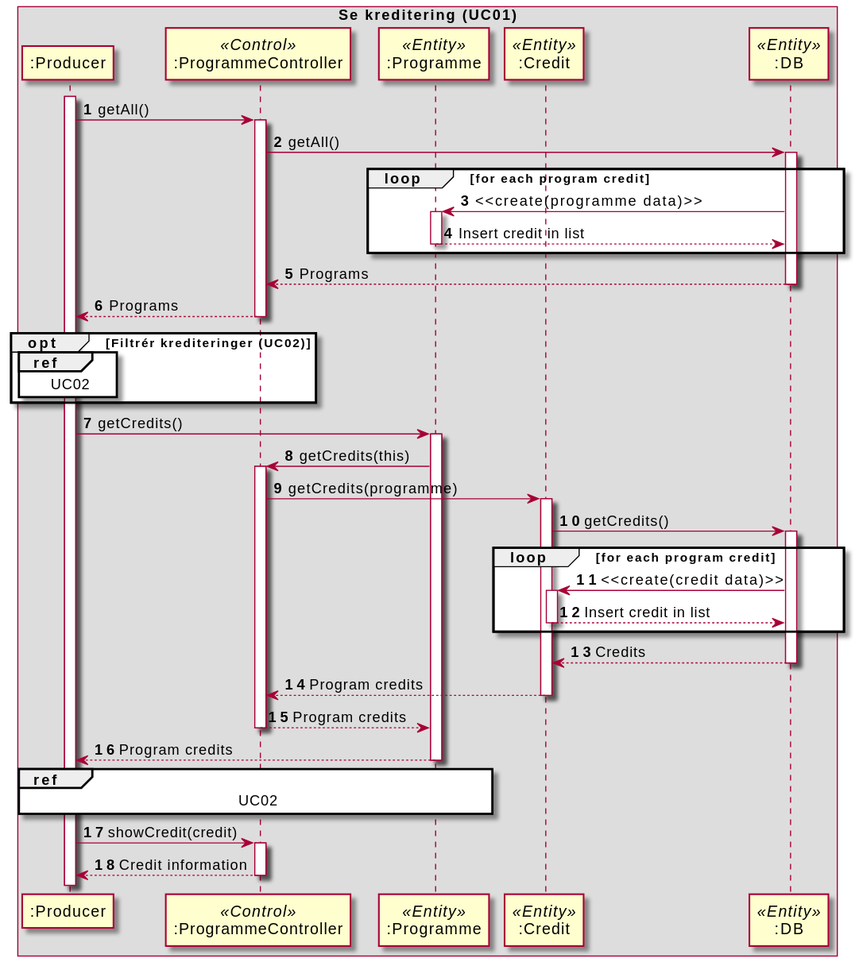
Earlier version of the PlantUML export uml/sequence_diagrams/operation/UC01_show_credit.svg (amatzen/SE02-SE-G02-SPRO).
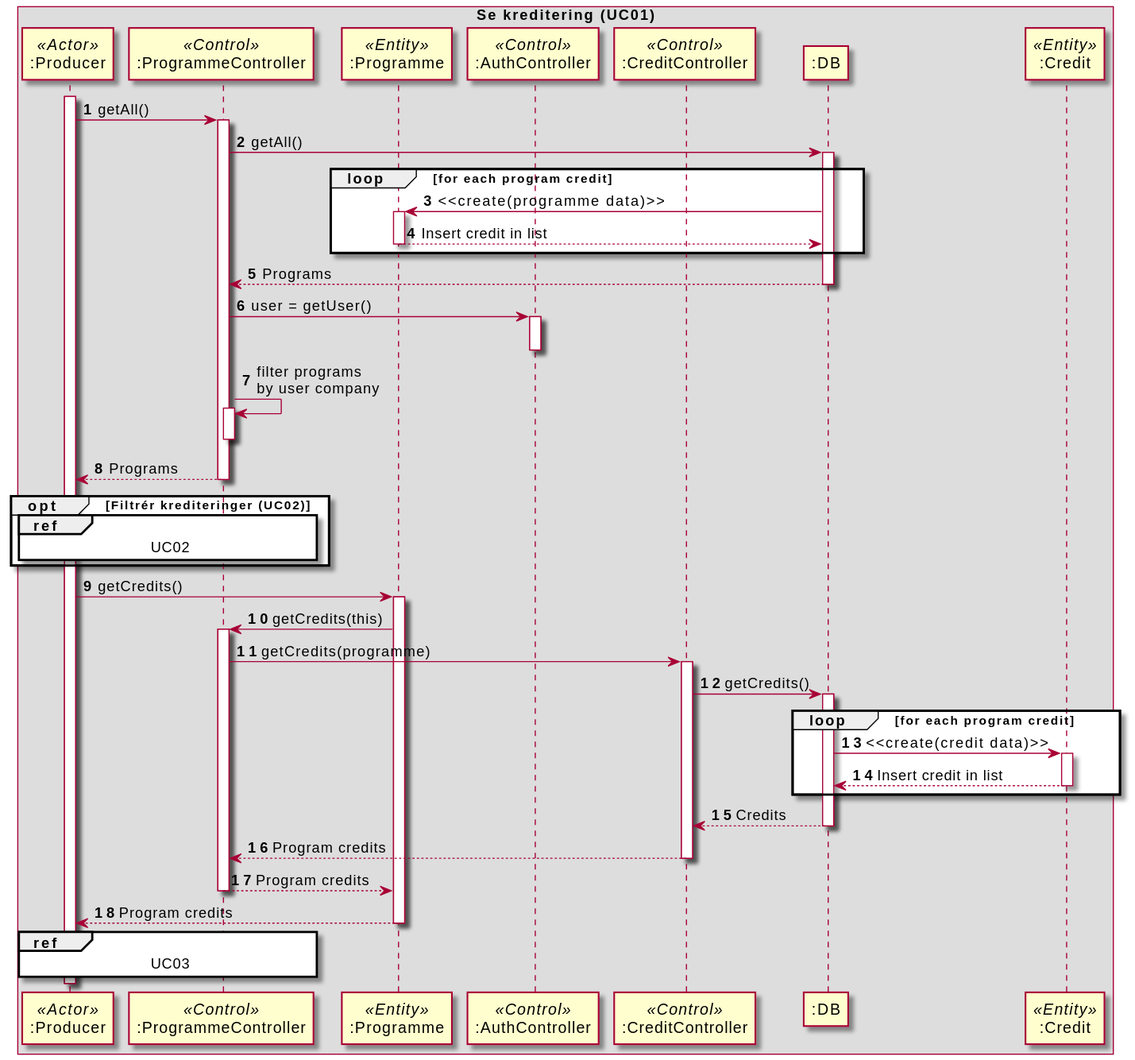
Later version of the same file.

The edit, as a diff of the source:
```diff
@@ -3,11 +3,13 @@
 autonumber
 
 box Se kreditering (UC01)
-    participant ":Producer" as producer
+    participant ":Producer" as producer <<Actor>>
     participant ":ProgrammeController" as programController <<Control>>
     participant ":Programme" as program <<Entity>>
+    participant ":AuthController" as authController <<Control>>
+    participant ":CreditController" as creditController <<Control>>
+    participant ":DB" as db
     participant ":Credit" as credit <<Entity>>
-    participant ":DB" as db <<Entity>>
 end box
 
 activate producer
@@ -25,21 +27,30 @@
 
 programController <-- db : Programs
 deactivate db
+
+programController -> authController : user = getUser()
+activate authController
+deactivate authController
+
+programController -> programController : filter programs\nby user company
+activate programController
+deactivate programController
+
 producer <-- programController : Programs
 deactivate programController
 
 opt Filtrér krediteringer (UC02)
-    ref over producer : UC02
+    ref over producer, programController : UC02
 end
 
 producer -> program: getCredits()
 activate program
 program -> programController : getCredits(this)
 activate programController
-programController -> credit : getCredits(programme)
-activate credit
+programController -> creditController : getCredits(programme)
+activate creditController
 
-credit -> db : getCredits()
+creditController -> db : getCredits()
 activate db
 
 loop for each program credit
@@ -49,11 +60,11 @@
 deactivate credit
 end
 
-credit <-- db : Credits
+creditController <-- db : Credits
 deactivate db
 
-programController <-- credit : Program credits
-deactivate credit
+programController <-- creditController : Program credits
+deactivate creditController
 program <-- programController : Program credits
 deactivate programController
 producer <-- program : Program credits
@@ -61,12 +72,6 @@
 deactivate program
 deactivate programController
 
-ref over producer, program : UC02
-
-producer -> programController : showCredit(credit)
-activate programController
-
-producer <-- programController : Credit information
-deactivate programController
+ref over producer, programController : UC03
 
 @enduml
```
